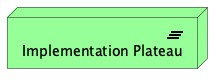
SixArm/archimate-examples keeps this PlantUML diagram as doc/elements/implementation-plateau.plantuml.png. Above is the earlier version.
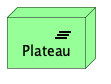
Later version of the same file.

The edit, as a diff of the source:
```diff
@@ -1,4 +1,4 @@
 @startuml
 !include <archimate/Archimate>
-Implementation_Plateau(IP_01, "Implementation Plateau")
+Implementation_Plateau(Plateau, "Plateau")
 @enduml
```
